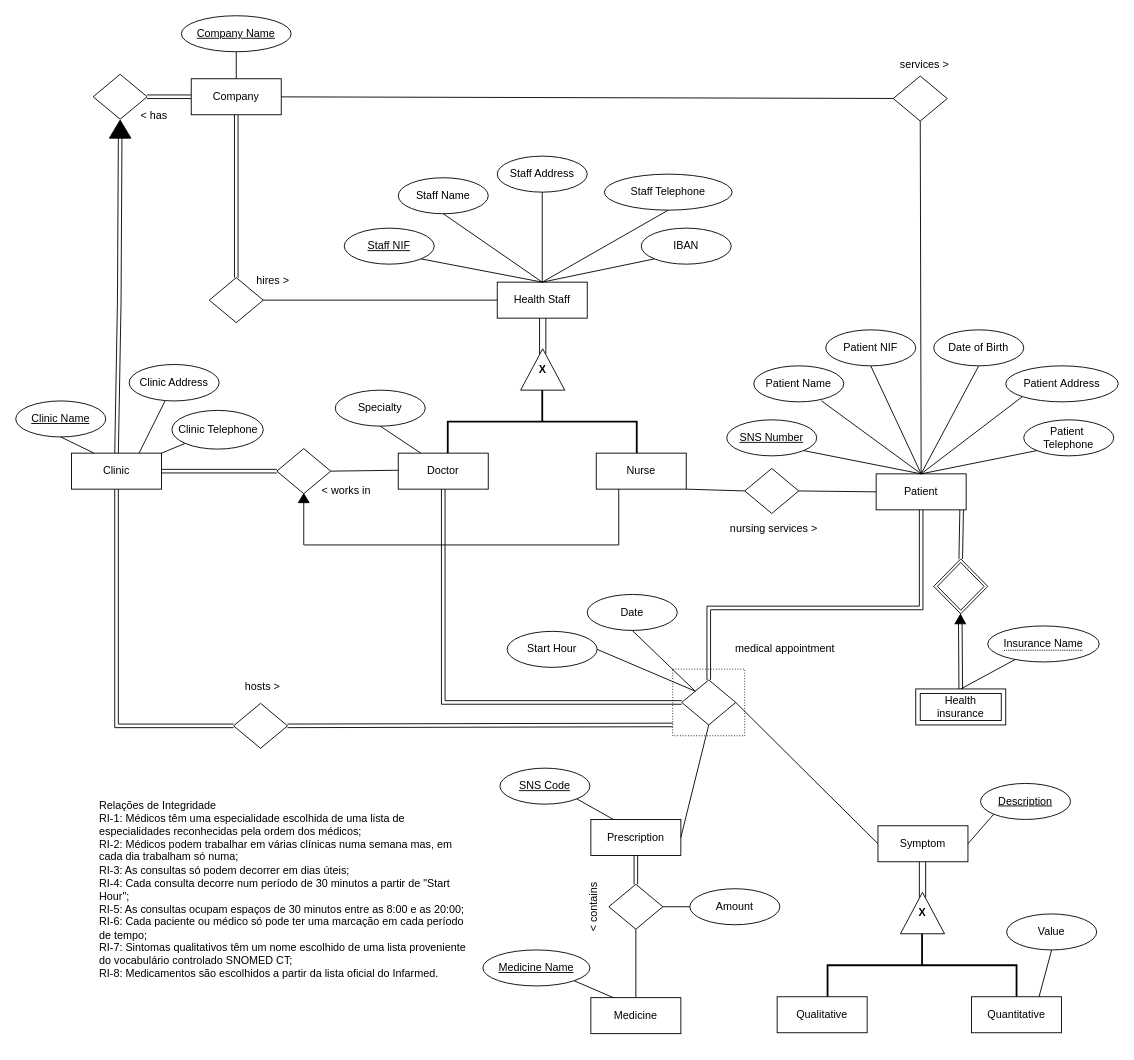
mariana-marcal-santana/BD.Health-DB-Manager keeps this draw.io diagram as Proj.drawio. Above is the earlier version. Source tidied: cells renumbered, new cells numbered last; positions are measured from the earlier drawing's top-left corner, leaving out a move shared by most shapes. Both pictures are drawn from the tidied source at 90%, with x=0, y=0 at pixel (15, 15).
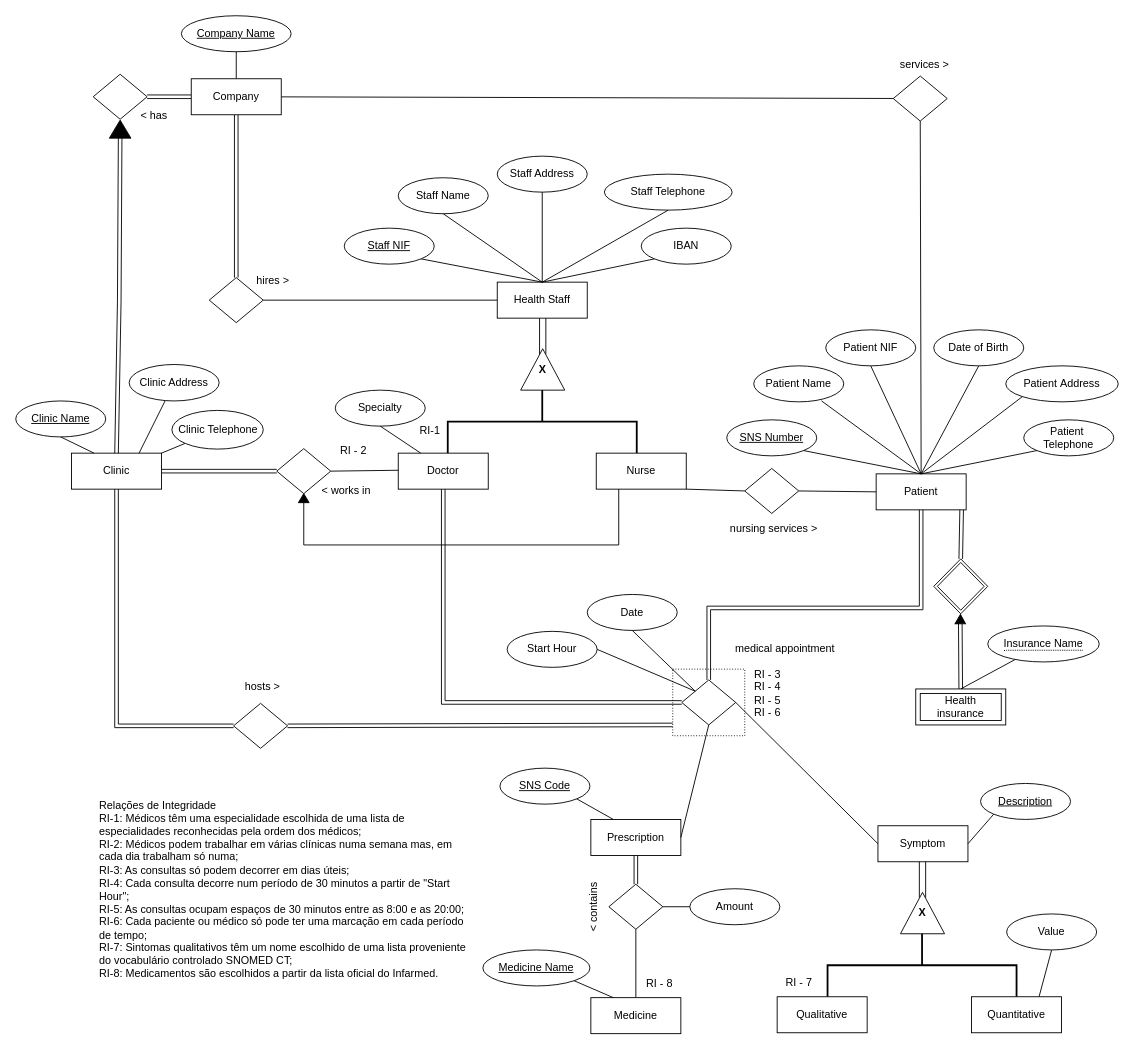
After the change.

Commit message:
Restricoes de Integridade

What changed in the source:
```diff
@@
+    <mxCell id="124" value="&lt;div&gt;RI-1&lt;/div&gt;" style="text;html=1;align=center;verticalAlign=middle;strokeColor=none;fillColor=none;" parent="1" vertex="1">
+      <mxGeometry x="435" y="446" width="50" height="30" as="geometry" />
+    </mxCell>
+    <mxCell id="125" value="RI - 2" style="text;html=1;align=center;verticalAlign=middle;strokeColor=none;fillColor=none;" parent="1" vertex="1">
+      <mxGeometry x="350" y="468" width="50" height="30" as="geometry" />
+    </mxCell>
+    <mxCell id="126" value="&lt;div&gt;RI - 3&lt;/div&gt;&lt;div&gt;RI - 4&lt;/div&gt;&lt;div&gt;RI - 5&lt;/div&gt;&lt;div&gt;RI - 6&lt;br&gt;&lt;/div&gt;" style="text;html=1;align=center;verticalAlign=middle;strokeColor=none;fillColor=none;" parent="1" vertex="1">
+      <mxGeometry x="810" y="718" width="50" height="70" as="geometry" />
+    </mxCell>
+    <mxCell id="127" value="RI - 7" style="text;html=1;align=center;verticalAlign=middle;strokeColor=none;fillColor=none;" parent="1" vertex="1">
+      <mxGeometry x="845" y="1060" width="50" height="30" as="geometry" />
+    </mxCell>
+    <mxCell id="128" value="RI - 8" style="text;html=1;align=center;verticalAlign=middle;strokeColor=none;fillColor=none;" parent="1" vertex="1">
+      <mxGeometry x="690" y="1061" width="50" height="30" as="geometry" />
+    </mxCell>
```
